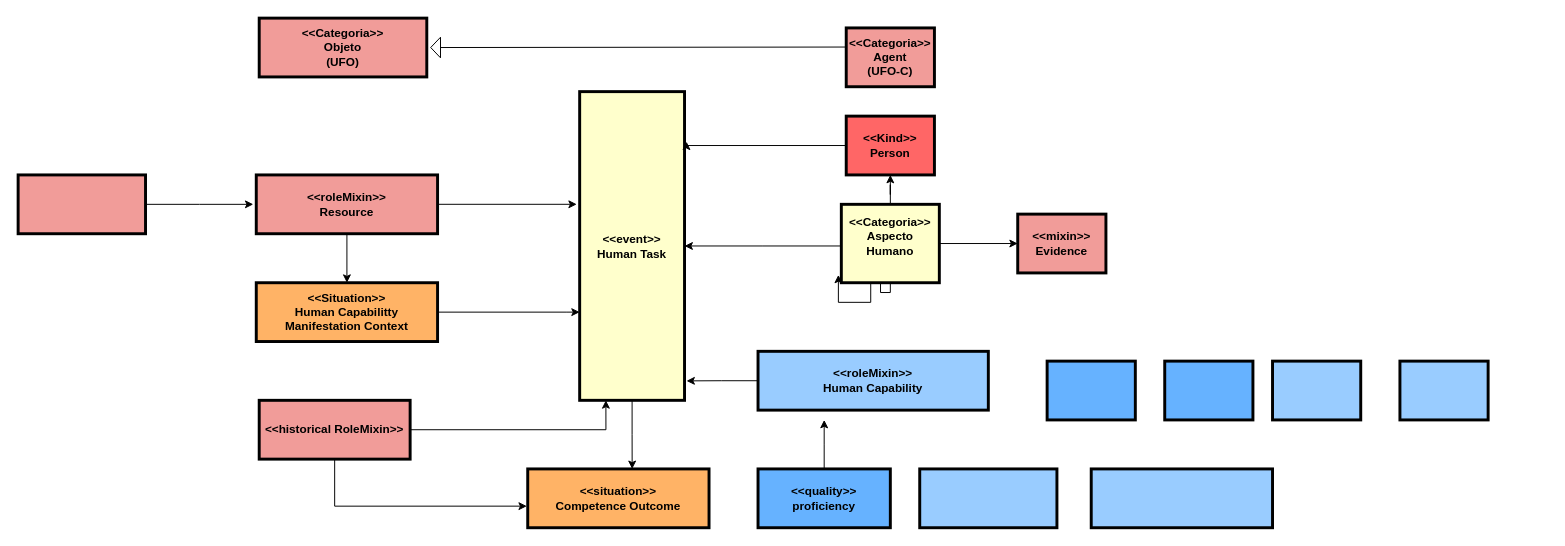
Above: Ontologia de Competencias.drawio in RosianeSangali/RosianeSangali (draw.io), before the change. Source tidied: cells renumbered, new cells numbered last; positions are measured from the earlier drawing's top-left corner, leaving out a move shared by most shapes. Both pictures are drawn from the tidied source at 98%, with x=0, y=0 at pixel (18, 18).
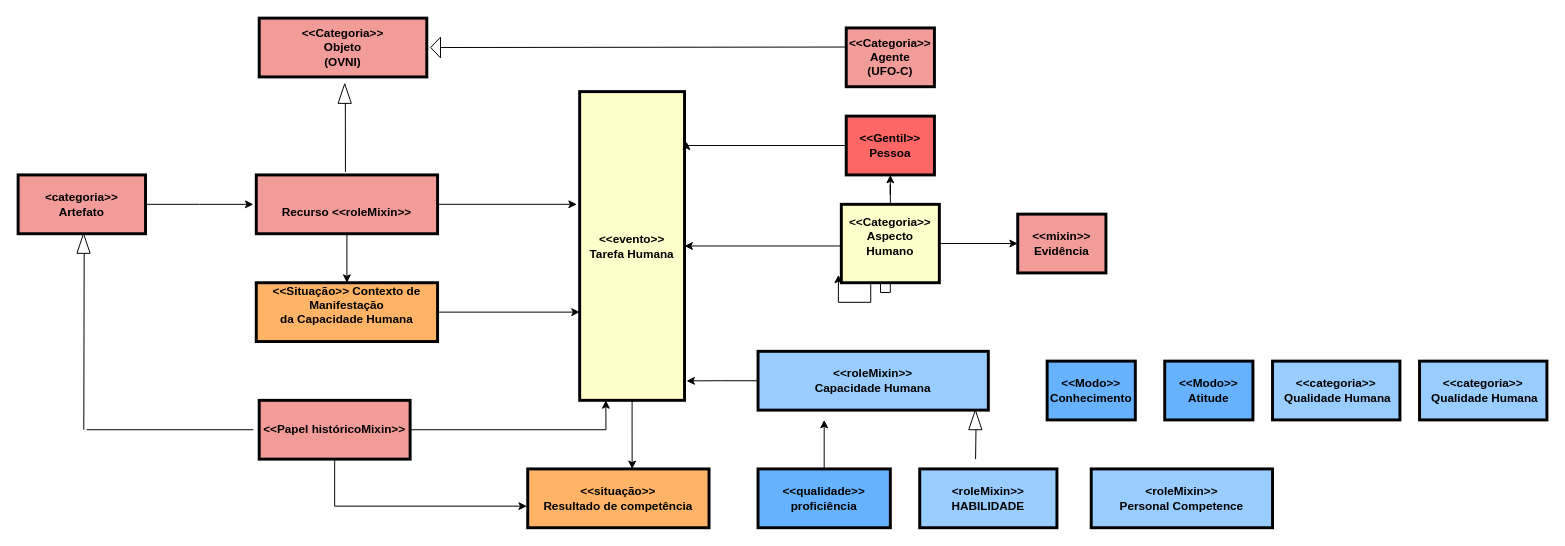
The same diagram, later.

Diff of the diagram source:
```diff
@@
-    <mxCell id="2" value="&lt;&lt;event&gt;&gt;&#10;Human Task" style="whiteSpace=wrap;align=center;verticalAlign=middle;fontStyle=1;strokeWidth=3;fillColor=#FFFFCC;" parent="1" vertex="1">
+    <mxCell id="2" value="&lt;&lt;evento&gt;&gt; &#10;Tarefa Humana" style="whiteSpace=wrap;align=center;verticalAlign=middle;fontStyle=1;strokeWidth=3;fillColor=#FFFFCC;" parent="1" vertex="1">
       <mxGeometry x="573" y="75" width="107" height="315" as="geometry" />
     </mxCell>
-    <mxCell id="3" value="&lt;&lt;Categoria&gt;&gt; &#10;Objeto &#10;(UFO)" style="whiteSpace=wrap;align=center;verticalAlign=middle;fontStyle=1;strokeWidth=3;fillColor=#F19C99;" parent="1" vertex="1">
+    <mxCell id="3" value="&lt;&lt;Categoria&gt;&gt; &#10;Objeto &#10;(OVNI)" style="whiteSpace=wrap;align=center;verticalAlign=middle;fontStyle=1;strokeWidth=3;fillColor=#F19C99;" parent="1" vertex="1">
       <mxGeometry x="246" width="171" height="60" as="geometry" />
     </mxCell>
-    <mxCell id="4" value="&lt;&lt;Categoria&gt;&gt; &#10;Agent&#10;(UFO-C)" style="whiteSpace=wrap;align=center;verticalAlign=middle;fontStyle=1;strokeWidth=3;fillColor=#F19C99;" parent="1" vertex="1">
+    <mxCell id="4" value="&lt;&lt;Categoria&gt;&gt; &#10;Agente &#10;(UFO-C)" style="whiteSpace=wrap;align=center;verticalAlign=middle;fontStyle=1;strokeWidth=3;fillColor=#F19C99;" parent="1" vertex="1">
       <mxGeometry x="845" y="10" width="90" height="60" as="geometry" />
     </mxCell>
@@
-    <mxCell id="7" value="&lt;&lt;Kind&gt;&gt;&#10;Person" style="whiteSpace=wrap;align=center;verticalAlign=middle;fontStyle=1;strokeWidth=3;fillColor=#FF6666;" parent="1" vertex="1">
+    <mxCell id="7" value="&lt;&lt;Gentil&gt;&gt; &#10;Pessoa" style="whiteSpace=wrap;align=center;verticalAlign=middle;fontStyle=1;strokeWidth=3;fillColor=#FF6666;" parent="1" vertex="1">
       <mxGeometry x="845" y="100" width="90" height="60" as="geometry" />
     </mxCell>
@@
-    <mxCell id="11" value="&lt;&lt;Categoria&gt;&gt; &#10;Aspecto Humano &#10;" style="whiteSpace=wrap;align=center;verticalAlign=middle;fontStyle=1;strokeWidth=3;fillColor=#FFFFCC;" parent="1" vertex="1">
+    <mxCell id="11" value="&lt;&lt;Categoria&gt;&gt; &#10;Aspecto Humano&#10;" style="whiteSpace=wrap;align=center;verticalAlign=middle;fontStyle=1;strokeWidth=3;fillColor=#FFFFCC;" parent="1" vertex="1">
       <mxGeometry x="840" y="190" width="100" height="80" as="geometry" />
     </mxCell>
-    <mxCell id="12" value="&lt;&lt;mixin&gt;&gt;&#10;Evidence" style="whiteSpace=wrap;align=center;verticalAlign=middle;fontStyle=1;strokeWidth=3;fillColor=#F19C99;" parent="1" vertex="1">
+    <mxCell id="12" value="&lt;&lt;mixin&gt;&gt; &#10;Evidência" style="whiteSpace=wrap;align=center;verticalAlign=middle;fontStyle=1;strokeWidth=3;fillColor=#F19C99;" parent="1" vertex="1">
       <mxGeometry x="1020" y="200" width="90" height="60" as="geometry" />
     </mxCell>
@@
-    <mxCell id="14" value="&lt;&lt;roleMixin&gt;&gt;&#10;Human Capability" style="whiteSpace=wrap;align=center;verticalAlign=middle;fontStyle=1;strokeWidth=3;fillColor=#99CCFF;" parent="1" vertex="1">
+    <mxCell id="14" value="&lt;&lt;roleMixin&gt;&gt; &#10;Capacidade Humana" style="whiteSpace=wrap;align=center;verticalAlign=middle;fontStyle=1;strokeWidth=3;fillColor=#99CCFF;" parent="1" vertex="1">
       <mxGeometry x="755" y="340" width="235" height="60" as="geometry" />
     </mxCell>
-    <mxCell id="15" style="whiteSpace=wrap;align=center;verticalAlign=middle;fontStyle=1;strokeWidth=3;fillColor=#66B2FF;" parent="1" vertex="1">
+    <mxCell id="15" value="&lt;&lt;Modo&gt;&gt; &#10;Conhecimento" style="whiteSpace=wrap;align=center;verticalAlign=middle;fontStyle=1;strokeWidth=3;fillColor=#66B2FF;" parent="1" vertex="1">
       <mxGeometry x="1050" y="350" width="90" height="60" as="geometry" />
     </mxCell>
-    <mxCell id="16" style="whiteSpace=wrap;align=center;verticalAlign=middle;fontStyle=1;strokeWidth=3;fillColor=#66B2FF;" parent="1" vertex="1">
+    <mxCell id="16" value="&lt;&lt;Modo&gt;&gt; &#10;Atitude" style="whiteSpace=wrap;align=center;verticalAlign=middle;fontStyle=1;strokeWidth=3;fillColor=#66B2FF;" parent="1" vertex="1">
       <mxGeometry x="1170" y="350" width="90" height="60" as="geometry" />
     </mxCell>
-    <mxCell id="17" style="whiteSpace=wrap;align=center;verticalAlign=middle;fontStyle=1;strokeWidth=3;fillColor=#99CCFF;" parent="1" vertex="1">
-      <mxGeometry x="1280" y="350" width="90" height="60" as="geometry" />
+    <mxCell id="17" value="&lt;&lt;categoria&gt;&gt; &#10; Qualidade Humana" style="whiteSpace=wrap;align=center;verticalAlign=middle;fontStyle=1;strokeWidth=3;fillColor=#99CCFF;" parent="1" vertex="1">
+      <mxGeometry x="1280" y="350" width="130" height="60" as="geometry" />
     </mxCell>
-    <mxCell id="18" style="whiteSpace=wrap;align=center;verticalAlign=middle;fontStyle=1;strokeWidth=3;fillColor=#99CCFF;" parent="1" vertex="1">
-      <mxGeometry x="1410" y="350" width="90" height="60" as="geometry" />
+    <mxCell id="18" value="&lt;&lt;categoria&gt;&gt; &#10; Qualidade Humana" style="whiteSpace=wrap;align=center;verticalAlign=middle;fontStyle=1;strokeWidth=3;fillColor=#99CCFF;" parent="1" vertex="1">
+      <mxGeometry x="1430" y="350" width="130" height="60" as="geometry" />
     </mxCell>
@@
-    <mxCell id="20" value="&lt;&lt;quality&gt;&gt;&#10;proficiency" style="whiteSpace=wrap;align=center;verticalAlign=middle;fontStyle=1;strokeWidth=3;fillColor=#66B2FF;" parent="1" vertex="1">
+    <mxCell id="20" value="&lt;&lt;qualidade&gt;&gt; &#10;proficiência" style="whiteSpace=wrap;align=center;verticalAlign=middle;fontStyle=1;strokeWidth=3;fillColor=#66B2FF;" parent="1" vertex="1">
       <mxGeometry x="755" y="460" width="135" height="60" as="geometry" />
     </mxCell>
-    <mxCell id="21" style="whiteSpace=wrap;align=center;verticalAlign=middle;fontStyle=1;strokeWidth=3;fillColor=#99CCFF;" parent="1" vertex="1">
+    <mxCell id="21" value="&lt;roleMixin&gt;&gt; &#10;HABILIDADE" style="whiteSpace=wrap;align=center;verticalAlign=middle;fontStyle=1;strokeWidth=3;fillColor=#99CCFF;" parent="1" vertex="1">
       <mxGeometry x="920" y="460" width="140" height="60" as="geometry" />
     </mxCell>
-    <mxCell id="22" style="whiteSpace=wrap;align=center;verticalAlign=middle;fontStyle=1;strokeWidth=3;fillColor=#99CCFF;" parent="1" vertex="1">
+    <mxCell id="22" value="&lt;roleMixin&gt;&gt; &#10;Personal Competence" style="whiteSpace=wrap;align=center;verticalAlign=middle;fontStyle=1;strokeWidth=3;fillColor=#99CCFF;" parent="1" vertex="1">
       <mxGeometry x="1095" y="460" width="185" height="60" as="geometry" />
     </mxCell>
-    <mxCell id="23" value="&lt;&lt;situation&gt;&gt;&#10;Competence Outcome" style="whiteSpace=wrap;align=center;verticalAlign=middle;fontStyle=1;strokeWidth=3;fillColor=#FFB366;" parent="1" vertex="1">
+    <mxCell id="23" value="&lt;&lt;situação&gt;&gt; &#10;Resultado de competência" style="whiteSpace=wrap;align=center;verticalAlign=middle;fontStyle=1;strokeWidth=3;fillColor=#FFB366;" parent="1" vertex="1">
       <mxGeometry x="520" y="460" width="185" height="60" as="geometry" />
     </mxCell>
@@
-    <mxCell id="25" value="&lt;&lt;historical RoleMixin&gt;&gt;" style="whiteSpace=wrap;align=center;verticalAlign=middle;fontStyle=1;strokeWidth=3;fillColor=#F19C99;" parent="1" vertex="1">
+    <mxCell id="25" value="&lt;&lt;Papel históricoMixin&gt;&gt;" style="whiteSpace=wrap;align=center;verticalAlign=middle;fontStyle=1;strokeWidth=3;fillColor=#F19C99;" parent="1" vertex="1">
       <mxGeometry x="246" y="390" width="154" height="60" as="geometry" />
     </mxCell>
@@
-    <mxCell id="27" value="&lt;&lt;roleMixin&gt;&gt;&#10;Resource" style="whiteSpace=wrap;align=center;verticalAlign=middle;fontStyle=1;strokeWidth=3;fillColor=#F19C99;" parent="1" vertex="1">
+    <mxCell id="27" value="&#10;Recurso &lt;&lt;roleMixin&gt;&gt;" style="whiteSpace=wrap;align=center;verticalAlign=middle;fontStyle=1;strokeWidth=3;fillColor=#F19C99;" parent="1" vertex="1">
       <mxGeometry x="243" y="160" width="185" height="60" as="geometry" />
     </mxCell>
@@
-    <mxCell id="29" value="&lt;&lt;Situation&gt;&gt;&#10;Human Capabilitty&#10;Manifestation Context" style="whiteSpace=wrap;align=center;verticalAlign=middle;fontStyle=1;strokeWidth=3;fillColor=#FFB366;" parent="1" vertex="1">
+    <mxCell id="29" value="&lt;&lt;Situação&gt;&gt; Contexto de Manifestação &#10;da Capacidade Humana&#10;" style="whiteSpace=wrap;align=center;verticalAlign=middle;fontStyle=1;strokeWidth=3;fillColor=#FFB366;" parent="1" vertex="1">
       <mxGeometry x="243" y="270" width="185" height="60" as="geometry" />
     </mxCell>
@@
-    <mxCell id="31" style="whiteSpace=wrap;align=center;verticalAlign=middle;fontStyle=1;strokeWidth=3;fillColor=#F19C99;" parent="1" vertex="1">
+    <mxCell id="31" value="&lt;categoria&gt;&gt; &#10;Artefato" style="whiteSpace=wrap;align=center;verticalAlign=middle;fontStyle=1;strokeWidth=3;fillColor=#F19C99;" parent="1" vertex="1">
       <mxGeometry y="160" width="130" height="60" as="geometry" />
     </mxCell>
@@
+    <mxCell id="37" style="triangle;whiteSpace=wrap;html=1;direction=north;" parent="1" vertex="1">
+      <mxGeometry x="326.5" y="67" width="13.5" height="20" as="geometry" />
+    </mxCell>
+    <mxCell id="38" style="endArrow=none;html=1;rounded=0;entryX=0;entryY=0.25;entryDx=0;entryDy=0;" parent="1" edge="1">
+      <mxGeometry relative="1" as="geometry">
+        <mxPoint x="334" y="157" as="sourcePoint" />
+        <mxPoint x="333.9" y="87" as="targetPoint" />
+      </mxGeometry>
+    </mxCell>
+    <mxCell id="39" style="triangle;whiteSpace=wrap;html=1;direction=north;" parent="1" vertex="1">
+      <mxGeometry x="60" y="220" width="13.5" height="20" as="geometry" />
+    </mxCell>
+    <mxCell id="40" style="endArrow=none;html=1;rounded=0;entryX=0;entryY=0.25;entryDx=0;entryDy=0;" parent="1" edge="1">
+      <mxGeometry relative="1" as="geometry">
+        <mxPoint x="67" y="420" as="sourcePoint" />
+        <mxPoint x="67.4" y="240" as="targetPoint" />
+      </mxGeometry>
+    </mxCell>
+    <mxCell id="41" style="endArrow=none;html=1;rounded=0;" parent="1" edge="1">
+      <mxGeometry relative="1" as="geometry">
+        <mxPoint x="70" y="420" as="sourcePoint" />
+        <mxPoint x="240" y="420" as="targetPoint" />
+      </mxGeometry>
+    </mxCell>
+    <mxCell id="42" style="triangle;whiteSpace=wrap;html=1;direction=north;" parent="1" vertex="1">
+      <mxGeometry x="970" y="400" width="13.5" height="20" as="geometry" />
+    </mxCell>
+    <mxCell id="43" style="endArrow=none;html=1;rounded=0;entryX=0;entryY=0.25;entryDx=0;entryDy=0;" parent="1" edge="1">
+      <mxGeometry relative="1" as="geometry">
+        <mxPoint x="977" y="450" as="sourcePoint" />
+        <mxPoint x="977.4" y="420" as="targetPoint" />
+      </mxGeometry>
+    </mxCell>
```
